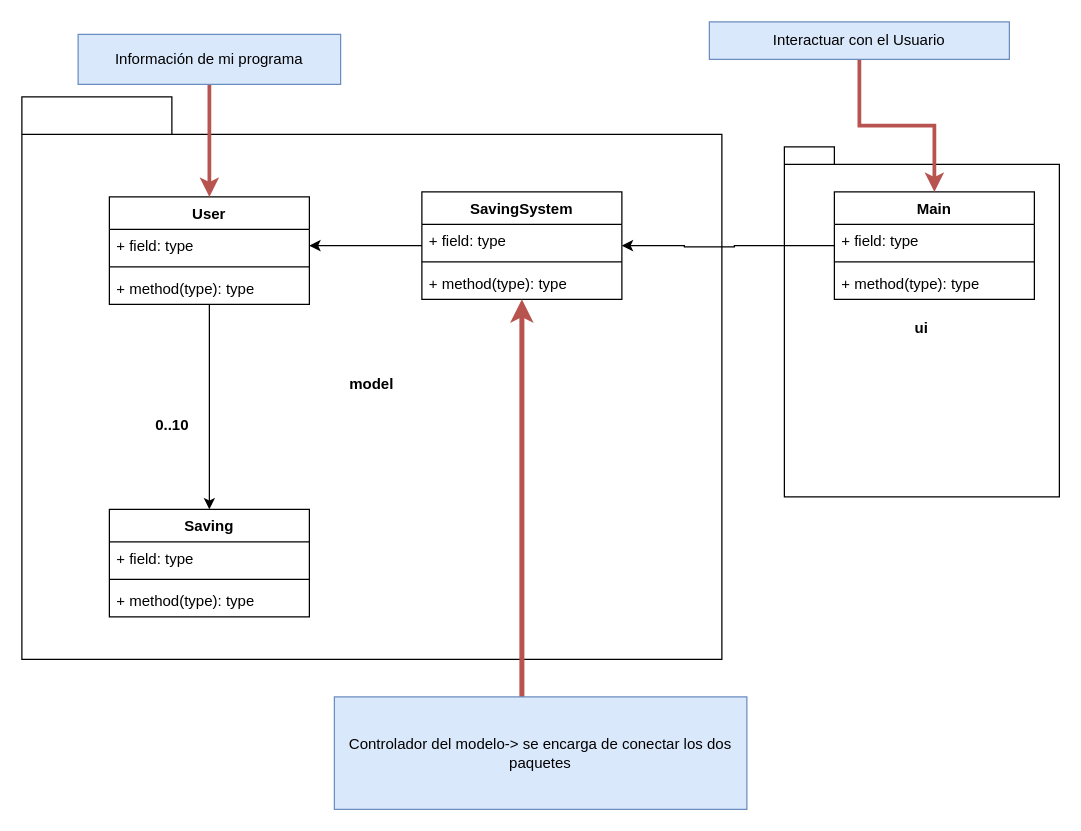
The draw.io diagram Semana10/doc/Diagrama/DiagramSystem.drawio in APO-1/APO-1, before the edit. Source tidied: cells renumbered, new cells numbered last; positions are measured from the earlier drawing's top-left corner, leaving out a move shared by most shapes. Both pictures are drawn from the tidied source at 125%, with x=0, y=0 at pixel (21, 21).
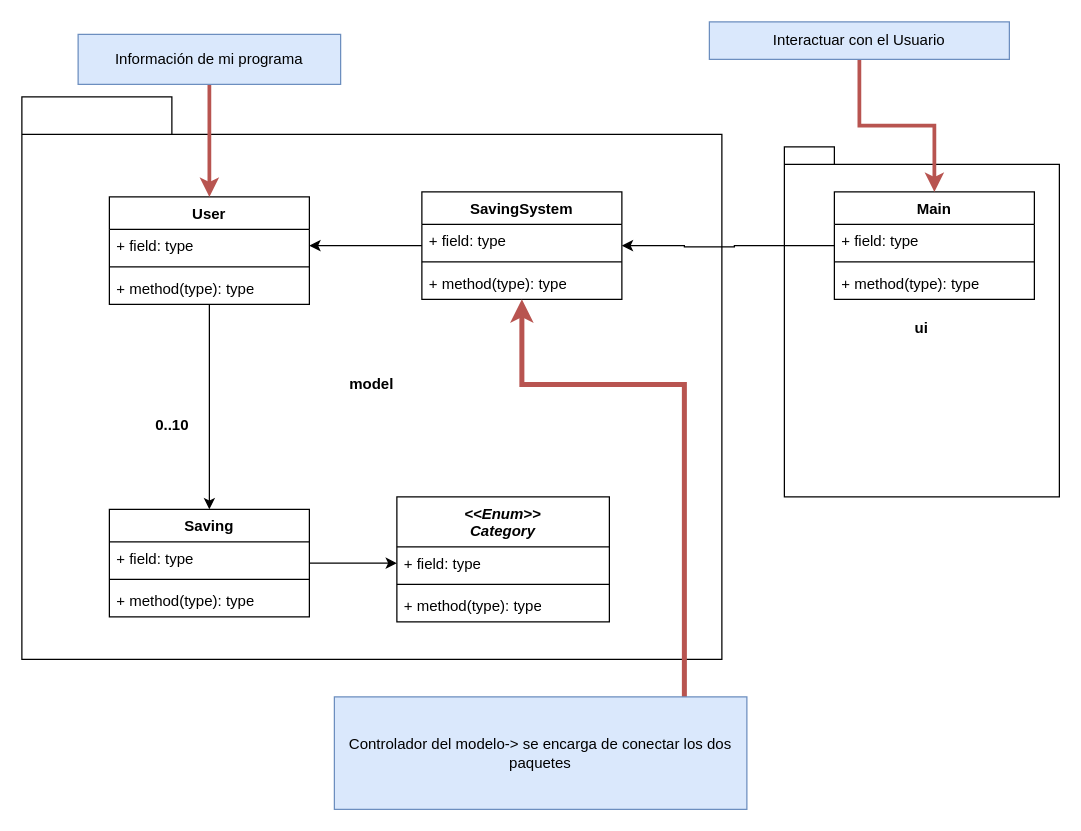
Above is the later version.

Unchanged cells that the change refers to:
```xml
<mxCell id="9" value="SavingSystem" style="swimlane;fontStyle=1;align=center;verticalAlign=top;horizontal=1;startSize=26;whiteSpace=wrap;html=1;" parent="1" vertex="1">
  <mxGeometry x="320" y="136" width="160" height="86" as="geometry" />
</mxCell>
<mxCell id="20" value="Controlador del modelo-&amp;gt; se encarga de conectar los dos paquetes" style="text;html=1;strokeColor=#6c8ebf;fillColor=#dae8fc;align=center;verticalAlign=middle;whiteSpace=wrap;rounded=0;" parent="1" vertex="1">
  <mxGeometry x="250" y="540" width="330" height="90" as="geometry" />
</mxCell>
<mxCell id="25" value="Saving" style="swimlane;fontStyle=1;align=center;verticalAlign=top;horizontal=1;startSize=26;whiteSpace=wrap;html=1;" parent="1" vertex="1">
  <mxGeometry x="70" y="390" width="160" height="86" as="geometry" />
</mxCell>
```

Change to the diagram source:
```diff
@@
     <mxCell id="19" style="edgeStyle=orthogonalEdgeStyle;rounded=0;jettySize=auto;html=1;entryX=0.5;entryY=1;entryDx=0;entryDy=0;fillColor=#f8cecc;strokeColor=#b85450;strokeWidth=4;" parent="1" edge="1" source="20" target="9">
       <mxGeometry relative="1" as="geometry">
         <Array as="points">
-          <mxPoint x="400" y="410" />
-          <mxPoint x="400" y="410" />
+          <mxPoint x="530" y="290" />
+          <mxPoint x="400" y="290" />
         </Array>
       </mxGeometry>
     </mxCell>
@@
+    <mxCell id="30" style="edgeStyle=orthogonalEdgeStyle;rounded=0;jettySize=auto;html=1;entryX=0;entryY=0.5;entryDx=0;entryDy=0;" parent="1" edge="1" source="25" target="32">
+      <mxGeometry relative="1" as="geometry" />
+    </mxCell>
@@
+    <mxCell id="31" value="&lt;div&gt;&lt;i&gt;&amp;lt;&amp;lt;Enum&amp;gt;&amp;gt;&lt;/i&gt;&lt;/div&gt;&lt;div&gt;&lt;i&gt;Category&lt;/i&gt;&lt;/div&gt;" style="swimlane;fontStyle=1;align=center;verticalAlign=top;horizontal=1;startSize=40;whiteSpace=wrap;html=1;" parent="1" vertex="1">
+      <mxGeometry x="300" y="380" width="170" height="100" as="geometry" />
+    </mxCell>
+    <mxCell id="32" value="+ field: type" style="text;strokeColor=none;fillColor=none;align=left;verticalAlign=top;spacingLeft=4;spacingRight=4;overflow=hidden;points=[[0,0.5],[1,0.5]];portConstraint=eastwest;whiteSpace=wrap;html=1;" parent="31" vertex="1">
+      <mxGeometry y="40" width="170" height="26" as="geometry" />
+    </mxCell>
+    <mxCell id="33" style="line;strokeWidth=1;fillColor=none;align=left;verticalAlign=middle;spacingTop=-1;spacingLeft=3;spacingRight=3;labelPosition=right;strokeColor=inherit;" parent="31" vertex="1">
+      <mxGeometry y="66" width="170" height="8" as="geometry" />
+    </mxCell>
+    <mxCell id="34" value="+ method(type): type" style="text;strokeColor=none;fillColor=none;align=left;verticalAlign=top;spacingLeft=4;spacingRight=4;overflow=hidden;whiteSpace=wrap;html=1;" parent="31" vertex="1">
+      <mxGeometry y="74" width="170" height="26" as="geometry" />
+    </mxCell>
```
